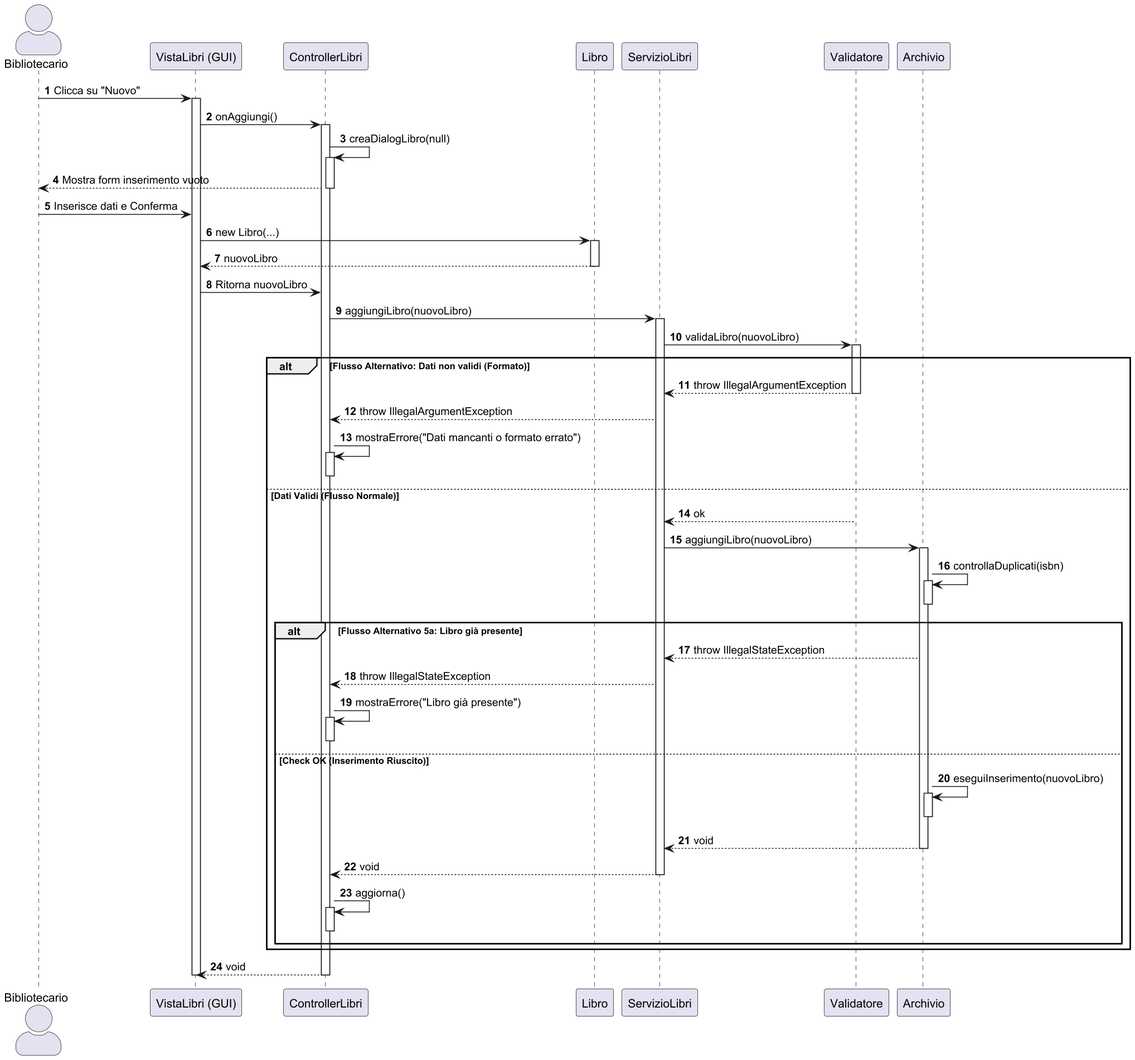
Earlier version of the PlantUML export docs/Design/Diagrammi di sequenza/UC3.png (digregoriomario/bibliosoft). Its diagram source:
```plantuml
@startuml
scale 1.5
skinparam actorStyle awesome
autonumber

actor "Bibliotecario" as User
participant "VistaLibri (GUI)" as GUI
participant "ControllerLibri" as CL
participant "Libro" as Model
participant "ServizioLibri" as SL
participant "Validatore" as VAL
participant "Archivio" as ARC

User -> GUI : Clicca su "Nuovo"
activate GUI

GUI -> CL : onAggiungi()
activate CL

    CL -> CL : creaDialogLibro(null)
    activate CL
    CL --> User : Mostra form inserimento vuoto
    deactivate CL

    User -> GUI : Inserisce dati e Conferma

    GUI -> Model : new Libro(...)
    activate Model
    Model --> GUI : nuovoLibro
    deactivate Model

    GUI -> CL : Ritorna nuovoLibro

    CL -> SL : aggiungiLibro(nuovoLibro)
    activate SL

        SL -> VAL : validaLibro(nuovoLibro)
        activate VAL

        alt Flusso Alternativo: Dati non validi (Formato)
            VAL --> SL : throw IllegalArgumentException
            deactivate VAL

            SL --> CL : throw IllegalArgumentException
            CL -> CL : mostraErrore("Dati mancanti o formato errato")
            activate CL
            deactivate CL

        else Dati Validi (Flusso Normale)
            VAL --> SL : ok
            deactivate VAL

            SL -> ARC : aggiungiLibro(nuovoLibro)
            activate ARC

                ARC -> ARC : controllaDuplicati(isbn)
                activate ARC
                deactivate ARC

                alt Flusso Alternativo 5a: Libro già presente
                    ARC --> SL : throw IllegalStateException
                    SL --> CL : throw IllegalStateException

                    CL -> CL : mostraErrore("Libro già presente")
                    activate CL
                    deactivate CL

                else Check OK (Inserimento Riuscito)
                    ARC -> ARC : eseguiInserimento(nuovoLibro)
                    activate ARC
                    deactivate ARC

                    ARC --> SL : void
                    deactivate ARC

                    SL --> CL : void
                    deactivate SL

                    CL -> CL : aggiorna()
                    activate CL
                    deactivate CL
                end
        end

CL --> GUI : void
deactivate CL
deactivate GUI

@enduml
```
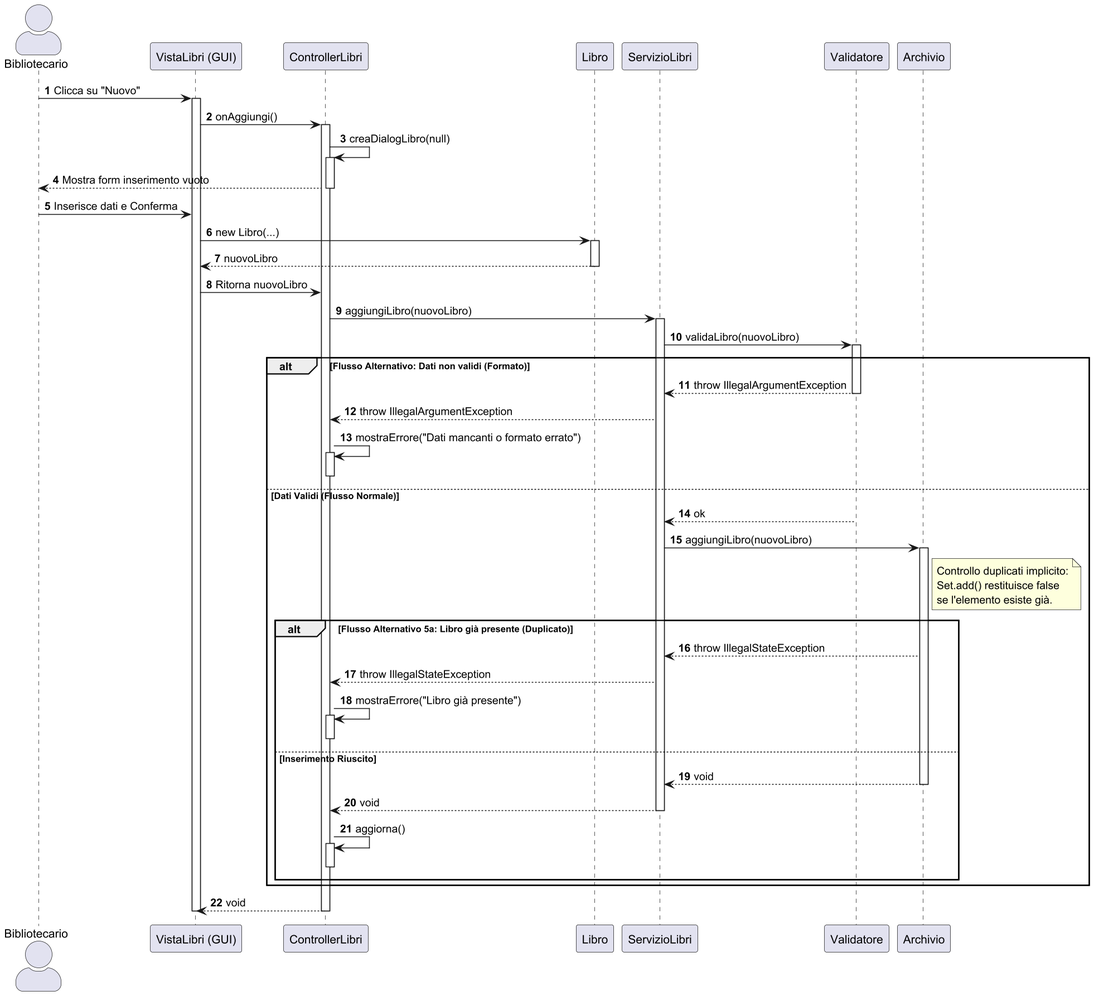
The same file after the commit.

What changed in the source:
```diff
@@ -53,37 +53,34 @@
             SL -> ARC : aggiungiLibro(nuovoLibro)
             activate ARC
 
-                ARC -> ARC : controllaDuplicati(isbn)
-                activate ARC
+            note right of ARC
+                Controllo duplicati implicito:
+                Set.add() restituisce false
+                se l'elemento esiste già.
+            end note
+
+            alt Flusso Alternativo 5a: Libro già presente (Duplicato)
+                ARC --> SL : throw IllegalStateException
+                SL --> CL : throw IllegalStateException
+
+                CL -> CL : mostraErrore("Libro già presente")
+                activate CL
+                deactivate CL
+
+            else Inserimento Riuscito
+                ARC --> SL : void
                 deactivate ARC
 
-                alt Flusso Alternativo 5a: Libro già presente
-                    ARC --> SL : throw IllegalStateException
-                    SL --> CL : throw IllegalStateException
+                SL --> CL : void
+                deactivate SL
 
-                    CL -> CL : mostraErrore("Libro già presente")
-                    activate CL
-                    deactivate CL
-
-                else Check OK (Inserimento Riuscito)
-                    ARC -> ARC : eseguiInserimento(nuovoLibro)
-                    activate ARC
-                    deactivate ARC
-
-                    ARC --> SL : void
-                    deactivate ARC
-
-                    SL --> CL : void
-                    deactivate SL
-
-                    CL -> CL : aggiorna()
-                    activate CL
-                    deactivate CL
-                end
+                CL -> CL : aggiorna()
+                activate CL
+                deactivate CL
+            end
         end
 
 CL --> GUI : void
 deactivate CL
 deactivate GUI
-
 @enduml
```
